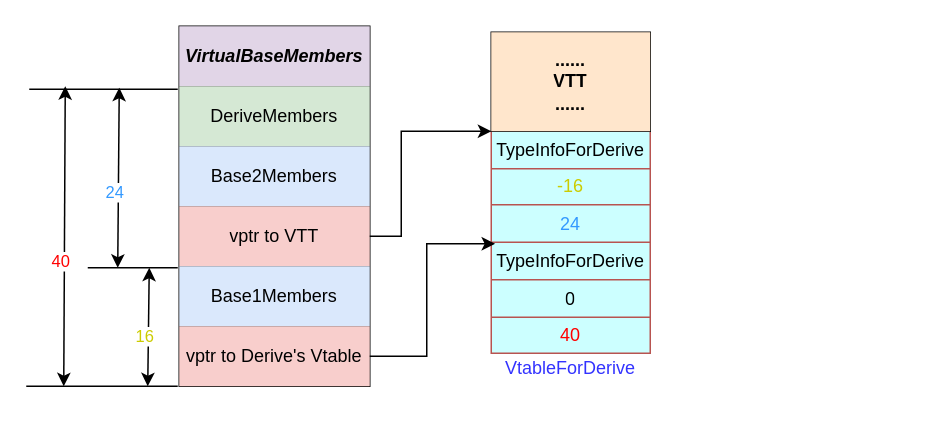
This is C++对象模型/虚继承class layout.drawio from SixPlusAndTimes/drawio, a draw.io file, before an edit. Source tidied: cells renumbered, new cells numbered last; positions are measured from the earlier drawing's top-left corner, leaving out a move shared by most shapes. Both pictures are drawn from the tidied source at 150%, with x=0, y=0 at pixel (26, 26).
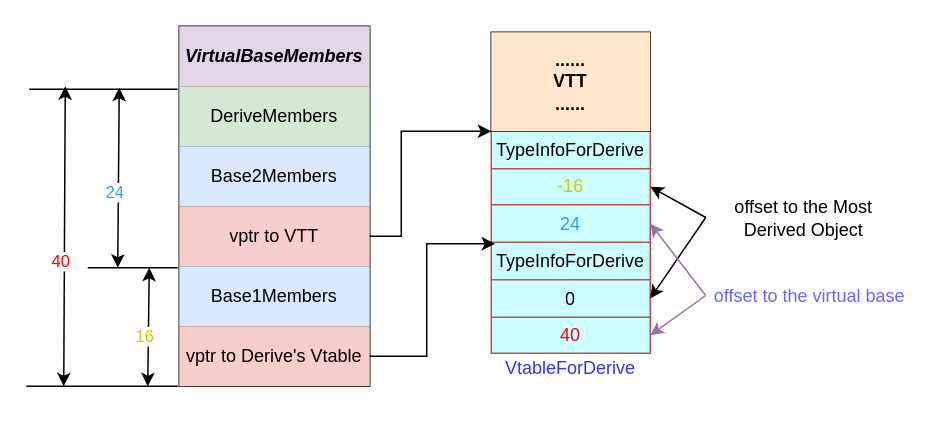
The same diagram, later.

Commit message:
更新虚继承class layout.drawio

Unchanged cells that the change refers to:
```xml
<mxCell id="18" style="shape=tableRow;horizontal=0;startSize=0;swimlaneHead=0;swimlaneBody=0;strokeColor=inherit;top=0;left=0;bottom=0;right=0;fillColor=none;points=[[0,0.5],[1,0.5]];portConstraint=eastwest;" parent="15" vertex="1">
  <mxGeometry y="25" width="106" height="24" as="geometry" />
</mxCell>
<mxCell id="20" style="shape=tableRow;horizontal=0;startSize=0;swimlaneHead=0;swimlaneBody=0;strokeColor=inherit;top=0;left=0;bottom=0;right=0;fillColor=none;points=[[0,0.5],[1,0.5]];portConstraint=eastwest;" parent="15" vertex="1">
  <mxGeometry y="49" width="106" height="25" as="geometry" />
</mxCell>
<mxCell id="24" style="shape=tableRow;horizontal=0;startSize=0;swimlaneHead=0;swimlaneBody=0;strokeColor=inherit;top=0;left=0;bottom=0;right=0;fillColor=none;points=[[0,0.5],[1,0.5]];portConstraint=eastwest;" parent="15" vertex="1">
  <mxGeometry y="99" width="106" height="25" as="geometry" />
</mxCell>
<mxCell id="26" style="shape=tableRow;horizontal=0;startSize=0;swimlaneHead=0;swimlaneBody=0;strokeColor=inherit;top=0;left=0;bottom=0;right=0;fillColor=none;points=[[0,0.5],[1,0.5]];portConstraint=eastwest;" parent="15" vertex="1">
  <mxGeometry y="124" width="106" height="24" as="geometry" />
</mxCell>
```

Diff of the diagram source:
```diff
@@
+    <mxCell id="43" style="rounded=0;jettySize=auto;html=1;exitX=0;exitY=0.5;exitDx=0;exitDy=0;entryX=1;entryY=0.5;entryDx=0;entryDy=0;" parent="1" edge="1" source="45" target="24">
+      <mxGeometry relative="1" as="geometry" />
+    </mxCell>
+    <mxCell id="44" style="rounded=0;jettySize=auto;html=1;exitX=0;exitY=0.5;exitDx=0;exitDy=0;entryX=1;entryY=0.5;entryDx=0;entryDy=0;" parent="1" edge="1" source="45" target="18">
+      <mxGeometry relative="1" as="geometry" />
+    </mxCell>
+    <mxCell id="45" value="offset to the Most Derived Object" style="text;html=1;strokeColor=none;fillColor=none;align=center;verticalAlign=middle;whiteSpace=wrap;rounded=0;" parent="1" vertex="1">
+      <mxGeometry x="453" y="116" width="131" height="23" as="geometry" />
+    </mxCell>
+    <mxCell id="46" style="rounded=0;jettySize=auto;html=1;exitX=0;exitY=0.5;exitDx=0;exitDy=0;entryX=1;entryY=0.5;entryDx=0;entryDy=0;fillColor=#e1d5e7;strokeColor=#9673a6;" parent="1" edge="1" source="48" target="20">
+      <mxGeometry relative="1" as="geometry" />
+    </mxCell>
+    <mxCell id="47" style="rounded=0;jettySize=auto;html=1;exitX=0;exitY=0.5;exitDx=0;exitDy=0;entryX=1;entryY=0.5;entryDx=0;entryDy=0;fillColor=#e1d5e7;strokeColor=#9673a6;" parent="1" edge="1" source="48" target="26">
+      <mxGeometry relative="1" as="geometry" />
+    </mxCell>
+    <mxCell id="48" value="&lt;font color=&quot;#6666ff&quot;&gt;offset to the virtual base&lt;/font&gt;" style="text;html=1;strokeColor=none;fillColor=none;align=center;verticalAlign=middle;whiteSpace=wrap;rounded=0;" parent="1" vertex="1">
+      <mxGeometry x="453" y="168" width="139" height="23" as="geometry" />
+    </mxCell>
```
